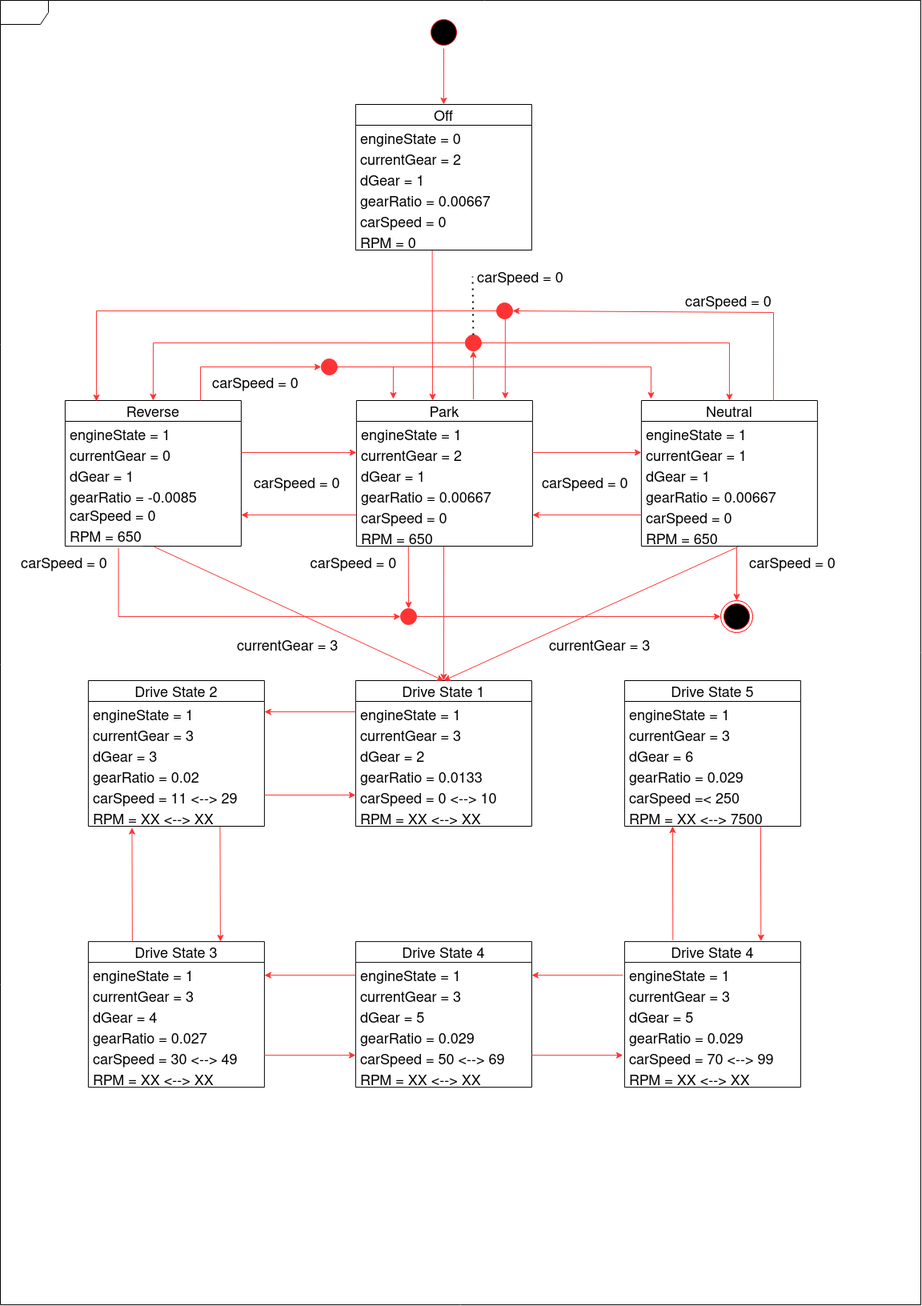
MatthewYung0/volvo-boot-camp-2022-smokey-lab keeps this draw.io diagram as docs/State Diagram (Rev 2).png. Above is the earlier version. Source tidied: cells renumbered, new cells last; positions are measured from the earlier drawing's top-left corner, leaving out a move shared by most shapes.
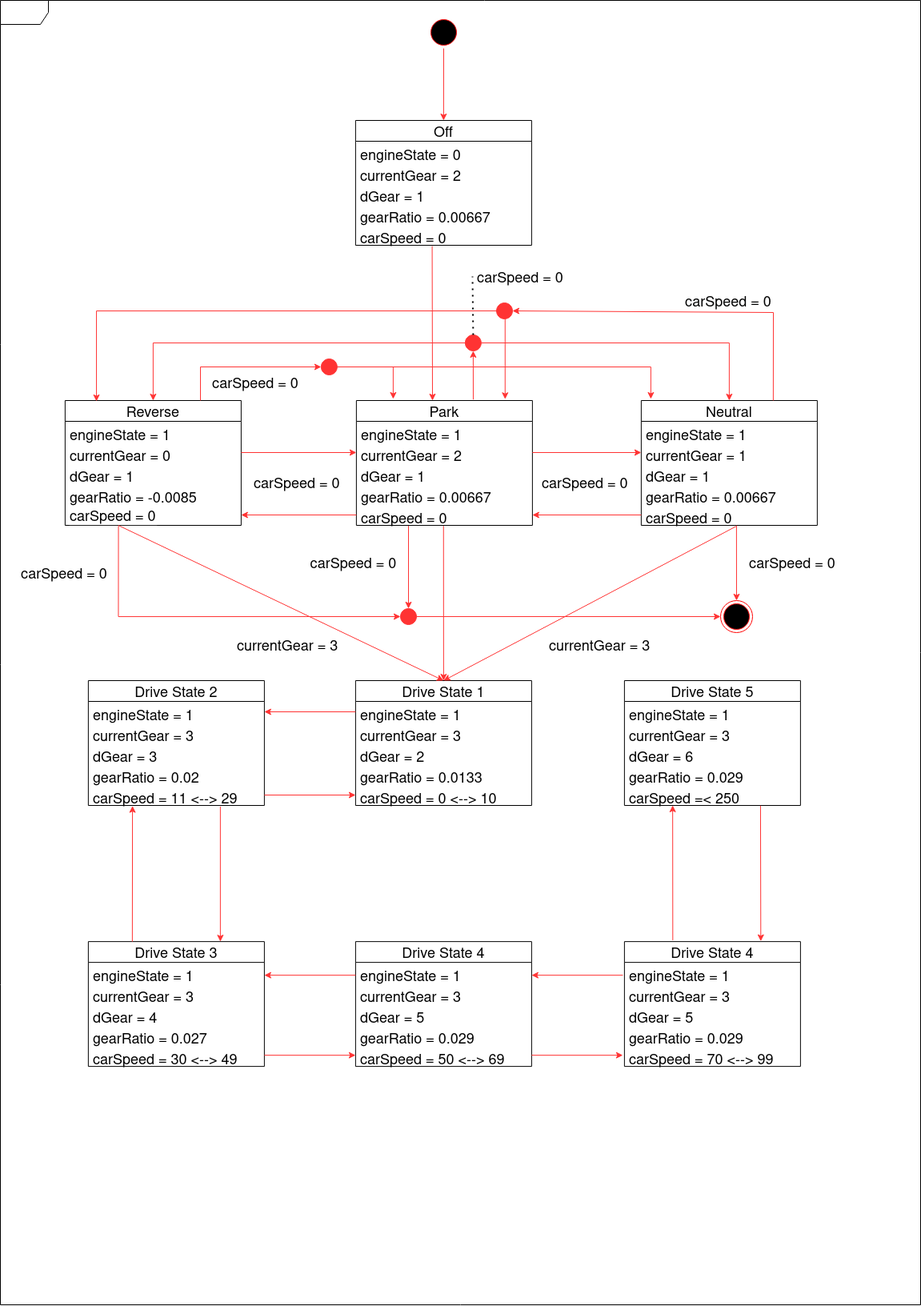
The same file after the commit.

The edit, as a diff of the source:
```diff
@@ -11,3 +11,3 @@
     <mxCell id="4" value="Park" style="swimlane;fontStyle=0;horizontal=1;startSize=26;fillColor=none;fontSize=18;" parent="1" vertex="1">
-      <mxGeometry x="444.9" y="500" width="220" height="182" as="geometry" />
+      <mxGeometry x="444.9" y="500" width="220" height="156" as="geometry" />
     </mxCell>
@@ -28,7 +28,4 @@
     </mxCell>
-    <mxCell id="10" value="RPM = 650" style="text;strokeColor=none;fillColor=none;align=left;verticalAlign=top;spacingLeft=4;spacingRight=4;overflow=hidden;points=[[0,0.5],[1,0.5]];portConstraint=eastwest;fontSize=18;" parent="4" vertex="1">
-      <mxGeometry y="156" width="220" height="26" as="geometry" />
-    </mxCell>
     <mxCell id="11" value="Drive State 1" style="swimlane;fontStyle=0;horizontal=1;startSize=26;fillColor=none;fontSize=18;" parent="1" vertex="1">
-      <mxGeometry x="443.9" y="850" width="220" height="182" as="geometry" />
+      <mxGeometry x="443.9" y="850" width="220" height="156" as="geometry" />
     </mxCell>
@@ -49,7 +46,4 @@
     </mxCell>
-    <mxCell id="17" value="RPM = XX &lt;--&gt; XX" style="text;strokeColor=none;fillColor=none;align=left;verticalAlign=top;spacingLeft=4;spacingRight=4;overflow=hidden;fontSize=18;" parent="11" vertex="1">
-      <mxGeometry y="156" width="220" height="26" as="geometry" />
-    </mxCell>
     <mxCell id="18" value="Reverse" style="swimlane;fontStyle=0;horizontal=1;startSize=26;fillColor=none;fontSize=18;" parent="1" vertex="1">
-      <mxGeometry x="80.9" y="500" width="220" height="182" as="geometry" />
+      <mxGeometry x="80.9" y="500" width="220" height="156" as="geometry" />
     </mxCell>
@@ -70,7 +64,4 @@
     </mxCell>
-    <mxCell id="24" value="RPM = 650" style="text;strokeColor=none;fillColor=none;align=left;verticalAlign=middle;spacingLeft=4;spacingRight=4;overflow=hidden;points=[[0,0.5],[1,0.5]];portConstraint=eastwest;fontSize=18;labelBackgroundColor=#FFFFFF;" parent="18" vertex="1">
-      <mxGeometry y="156" width="220" height="26" as="geometry" />
-    </mxCell>
     <mxCell id="25" value="Neutral" style="swimlane;fontStyle=0;horizontal=1;startSize=26;fillColor=none;fontSize=18;" parent="1" vertex="1">
-      <mxGeometry x="800.9" y="500" width="220" height="182" as="geometry" />
+      <mxGeometry x="800.9" y="500" width="220" height="156" as="geometry" />
     </mxCell>
@@ -91,5 +82,2 @@
     </mxCell>
-    <mxCell id="31" value="RPM = 650" style="text;strokeColor=none;fillColor=none;align=left;verticalAlign=top;spacingLeft=4;spacingRight=4;overflow=hidden;points=[[0,0.5],[1,0.5]];portConstraint=eastwest;fontSize=18;" parent="25" vertex="1">
-      <mxGeometry y="156" width="220" height="26" as="geometry" />
-    </mxCell>
     <mxCell id="32" style="ellipse;html=1;shape=endState;fillColor=#000000;strokeColor=#ff0000;labelBackgroundColor=#FF3333;fontSize=18;fontColor=#FF0000;" parent="1" vertex="1">
@@ -98,3 +86,3 @@
     <mxCell id="33" value="Drive State 2" style="swimlane;fontStyle=0;horizontal=1;startSize=26;fillColor=none;fontSize=18;" parent="1" vertex="1">
-      <mxGeometry x="109.9" y="850" width="220" height="182" as="geometry" />
+      <mxGeometry x="109.9" y="850" width="220" height="156" as="geometry" />
     </mxCell>
@@ -115,7 +103,4 @@
     </mxCell>
-    <mxCell id="39" value="RPM = XX &lt;--&gt; XX" style="text;strokeColor=none;fillColor=none;align=left;verticalAlign=top;spacingLeft=4;spacingRight=4;overflow=hidden;points=[[0,0.5],[1,0.5]];portConstraint=eastwest;fontSize=18;" parent="33" vertex="1">
-      <mxGeometry y="156" width="220" height="26" as="geometry" />
-    </mxCell>
     <mxCell id="40" value="Drive State 3" style="swimlane;fontStyle=0;horizontal=1;startSize=26;fillColor=none;fontSize=18;" parent="1" vertex="1">
-      <mxGeometry x="109.9" y="1176.1" width="220" height="182" as="geometry" />
+      <mxGeometry x="109.9" y="1176.1" width="220" height="156" as="geometry" />
     </mxCell>
@@ -136,7 +121,4 @@
     </mxCell>
-    <mxCell id="46" value="RPM = XX &lt;--&gt; XX" style="text;strokeColor=none;fillColor=none;align=left;verticalAlign=top;spacingLeft=4;spacingRight=4;overflow=hidden;fontSize=18;" parent="40" vertex="1">
-      <mxGeometry y="156" width="220" height="26" as="geometry" />
-    </mxCell>
     <mxCell id="47" value="Drive State 4" style="swimlane;fontStyle=0;horizontal=1;startSize=26;fillColor=none;fontSize=18;" parent="1" vertex="1">
-      <mxGeometry x="443.9" y="1176.1" width="220" height="182" as="geometry" />
+      <mxGeometry x="443.9" y="1176.1" width="220" height="156" as="geometry" />
     </mxCell>
@@ -157,5 +139,2 @@
     </mxCell>
-    <mxCell id="53" value="RPM = XX &lt;--&gt; XX" style="text;strokeColor=none;fillColor=none;align=left;verticalAlign=top;spacingLeft=4;spacingRight=4;overflow=hidden;fontSize=18;" parent="47" vertex="1">
-      <mxGeometry y="156" width="220" height="26" as="geometry" />
-    </mxCell>
     <mxCell id="54" value="carSpeed = 0" style="text;strokeColor=none;fillColor=none;align=left;verticalAlign=middle;spacingLeft=4;spacingRight=4;overflow=hidden;fontSize=18;" parent="1" vertex="1">
@@ -164,3 +143,3 @@
     <mxCell id="55" value="Drive State 4" style="swimlane;fontStyle=0;horizontal=1;startSize=26;fillColor=none;fontSize=18;" parent="1" vertex="1">
-      <mxGeometry x="779.9" y="1176.1" width="220" height="182" as="geometry" />
+      <mxGeometry x="779.9" y="1176.1" width="220" height="156" as="geometry" />
     </mxCell>
@@ -181,7 +160,4 @@
     </mxCell>
-    <mxCell id="61" value="RPM = XX &lt;--&gt; XX" style="text;strokeColor=none;fillColor=none;align=left;verticalAlign=top;spacingLeft=4;spacingRight=4;overflow=hidden;fontSize=18;" parent="55" vertex="1">
-      <mxGeometry y="156" width="220" height="26" as="geometry" />
-    </mxCell>
     <mxCell id="62" value="Drive State 5" style="swimlane;fontStyle=0;horizontal=1;startSize=26;fillColor=none;fontSize=18;" parent="1" vertex="1">
-      <mxGeometry x="779.9" y="850" width="220" height="182" as="geometry" />
+      <mxGeometry x="779.9" y="850" width="220" height="156" as="geometry" />
     </mxCell>
@@ -202,5 +178,2 @@
     </mxCell>
-    <mxCell id="68" value="RPM = XX &lt;--&gt; 7500" style="text;strokeColor=none;fillColor=none;align=left;verticalAlign=top;spacingLeft=4;spacingRight=4;overflow=hidden;fontSize=18;" parent="62" vertex="1">
-      <mxGeometry y="156" width="220" height="26" as="geometry" />
-    </mxCell>
     <mxCell id="69" style="endArrow=classic;html=1;rounded=0;strokeColor=#FF3333;exitX=1;exitY=0.5;exitDx=0;exitDy=0;entryX=0.5;entryY=0;entryDx=0;entryDy=0;" parent="1" edge="1" source="3" target="103">
@@ -280,9 +253,9 @@
     </mxCell>
-    <mxCell id="86" style="endArrow=classic;html=1;rounded=0;strokeColor=#FF3333;exitX=0.504;exitY=1.022;exitDx=0;exitDy=0;exitPerimeter=0;entryX=0.5;entryY=0;entryDx=0;entryDy=0;" parent="1" edge="1" source="24" target="11">
+    <mxCell id="86" style="endArrow=classic;html=1;rounded=0;strokeColor=#FF3333;exitX=0.303;exitY=1.003;exitDx=0;exitDy=0;exitPerimeter=0;entryX=0.5;entryY=0;entryDx=0;entryDy=0;" parent="1" edge="1" source="23" target="11">
       <mxGeometry relative="1" as="geometry" />
     </mxCell>
-    <mxCell id="87" style="endArrow=classic;html=1;rounded=0;strokeColor=#FF3333;exitX=0.496;exitY=1.016;exitDx=0;exitDy=0;exitPerimeter=0;entryX=0.5;entryY=0;entryDx=0;entryDy=0;" parent="1" edge="1" source="10" target="11">
+    <mxCell id="87" style="endArrow=classic;html=1;rounded=0;strokeColor=#FF3333;exitX=0.495;exitY=1.026;exitDx=0;exitDy=0;exitPerimeter=0;entryX=0.5;entryY=0;entryDx=0;entryDy=0;" parent="1" edge="1" source="9" target="11">
       <mxGeometry relative="1" as="geometry" />
     </mxCell>
-    <mxCell id="88" style="endArrow=classic;html=1;rounded=0;strokeColor=#FF3333;exitX=0.548;exitY=1.038;exitDx=0;exitDy=0;exitPerimeter=0;entryX=0.5;entryY=0;entryDx=0;entryDy=0;" parent="1" edge="1" source="31" target="11">
+    <mxCell id="88" style="endArrow=classic;html=1;rounded=0;strokeColor=#FF3333;exitX=0.538;exitY=1.051;exitDx=0;exitDy=0;exitPerimeter=0;entryX=0.5;entryY=0;entryDx=0;entryDy=0;" parent="1" edge="1" source="30" target="11">
       <mxGeometry relative="1" as="geometry" />
@@ -295,6 +268,6 @@
     </mxCell>
-    <mxCell id="91" style="endArrow=classic;html=1;rounded=0;strokeColor=#FF3333;exitX=0.748;exitY=1.018;exitDx=0;exitDy=0;entryX=0.75;entryY=0;entryDx=0;entryDy=0;exitPerimeter=0;" parent="1" edge="1" source="39" target="40">
+    <mxCell id="91" style="endArrow=classic;html=1;rounded=0;strokeColor=#FF3333;exitX=0.75;exitY=1.054;exitDx=0;exitDy=0;entryX=0.75;entryY=0;entryDx=0;entryDy=0;exitPerimeter=0;" parent="1" edge="1" source="38" target="40">
       <mxGeometry relative="1" as="geometry" />
     </mxCell>
-    <mxCell id="92" style="endArrow=classic;html=1;rounded=0;strokeColor=#FF3333;exitX=0.25;exitY=0;exitDx=0;exitDy=0;entryX=0.248;entryY=1.067;entryDx=0;entryDy=0;entryPerimeter=0;" parent="1" edge="1" source="40" target="39">
+    <mxCell id="92" style="endArrow=classic;html=1;rounded=0;strokeColor=#FF3333;exitX=0.25;exitY=0;exitDx=0;exitDy=0;entryX=0.251;entryY=1.023;entryDx=0;entryDy=0;entryPerimeter=0;" parent="1" edge="1" source="40" target="38">
       <mxGeometry relative="1" as="geometry" />
@@ -325,5 +298,4 @@
     </mxCell>
-    <mxCell id="97" style="endArrow=classic;html=1;rounded=0;strokeColor=#FF3333;exitX=0.748;exitY=1.018;exitDx=0;exitDy=0;entryX=0.75;entryY=0;entryDx=0;entryDy=0;exitPerimeter=0;" parent="1" edge="1">
+    <mxCell id="97" style="endArrow=classic;html=1;rounded=0;strokeColor=#FF3333;exitX=0.773;exitY=1.012;exitDx=0;exitDy=0;entryX=0.75;entryY=0;entryDx=0;entryDy=0;exitPerimeter=0;" parent="1" edge="1" source="67">
       <mxGeometry relative="1" as="geometry">
-        <mxPoint x="949.9" y="1032" as="sourcePoint" />
         <mxPoint x="950.3" y="1175.7" as="targetPoint" />
@@ -331,6 +303,5 @@
     </mxCell>
-    <mxCell id="98" style="endArrow=classic;html=1;rounded=0;strokeColor=#FF3333;exitX=0.25;exitY=0;exitDx=0;exitDy=0;entryX=0.248;entryY=1.067;entryDx=0;entryDy=0;entryPerimeter=0;" parent="1" edge="1">
+    <mxCell id="98" style="endArrow=classic;html=1;rounded=0;strokeColor=#FF3333;exitX=0.25;exitY=0;exitDx=0;exitDy=0;entryX=0.274;entryY=0.997;entryDx=0;entryDy=0;entryPerimeter=0;" parent="1" edge="1" target="67">
       <mxGeometry relative="1" as="geometry">
         <mxPoint x="840.3" y="1174.4" as="sourcePoint" />
-        <mxPoint x="839.9" y="1032" as="targetPoint" />
       </mxGeometry>
@@ -350,3 +321,3 @@
     <mxCell id="103" value="Off" style="swimlane;fontStyle=0;horizontal=1;startSize=26;fillColor=none;fontSize=18;" parent="1" vertex="1">
-      <mxGeometry x="443.9" y="130" width="220" height="182" as="geometry" />
+      <mxGeometry x="443.9" y="150" width="220" height="156" as="geometry" />
     </mxCell>
@@ -367,6 +338,3 @@
     </mxCell>
-    <mxCell id="109" value="RPM = 0" style="text;strokeColor=none;fillColor=none;align=left;verticalAlign=top;spacingLeft=4;spacingRight=4;overflow=hidden;points=[[0,0.5],[1,0.5]];portConstraint=eastwest;fontSize=18;" parent="103" vertex="1">
-      <mxGeometry y="156" width="220" height="26" as="geometry" />
-    </mxCell>
-    <mxCell id="110" style="endArrow=classic;html=1;rounded=0;strokeColor=#FF3333;exitX=0.435;exitY=1.013;exitDx=0;exitDy=0;exitPerimeter=0;" parent="1" edge="1" source="109">
+    <mxCell id="110" style="endArrow=classic;html=1;rounded=0;strokeColor=#FF3333;exitX=0.435;exitY=1.038;exitDx=0;exitDy=0;exitPerimeter=0;" parent="1" edge="1" source="108">
       <mxGeometry relative="1" as="geometry">
@@ -382,8 +350,8 @@
     <mxCell id="113" value="carSpeed = 0" style="text;strokeColor=none;fillColor=none;align=left;verticalAlign=middle;spacingLeft=4;spacingRight=4;overflow=hidden;fontSize=18;" parent="1" vertex="1">
-      <mxGeometry x="20" y="687" width="122.5" height="30" as="geometry" />
+      <mxGeometry x="20" y="700" width="122.5" height="30" as="geometry" />
     </mxCell>
-    <mxCell id="114" style="edgeStyle=segmentEdgeStyle;endArrow=classic;html=1;rounded=0;strokeColor=#FF3333;exitX=0.303;exitY=1.083;exitDx=0;exitDy=0;exitPerimeter=0;entryX=0;entryY=0.5;entryDx=0;entryDy=0;entryPerimeter=0;" parent="1" edge="1" source="24" target="116">
+    <mxCell id="114" style="edgeStyle=segmentEdgeStyle;endArrow=classic;html=1;rounded=0;strokeColor=#FF3333;exitX=0.303;exitY=1.026;exitDx=0;exitDy=0;exitPerimeter=0;entryX=0;entryY=0.5;entryDx=0;entryDy=0;entryPerimeter=0;" parent="1" edge="1" source="23" target="116">
       <mxGeometry relative="1" as="geometry">
         <Array as="points">
-          <mxPoint x="148" y="770" />
+          <mxPoint x="147" y="770" />
         </Array>
@@ -391,3 +359,3 @@
     </mxCell>
-    <mxCell id="115" style="endArrow=classic;html=1;rounded=0;strokeColor=#FF3333;entryX=0.5;entryY=0;entryDx=0;entryDy=0;exitX=0.541;exitY=1.04;exitDx=0;exitDy=0;exitPerimeter=0;" parent="1" edge="1" source="31" target="32">
+    <mxCell id="115" style="endArrow=classic;html=1;rounded=0;strokeColor=#FF3333;entryX=0.5;entryY=0;entryDx=0;entryDy=0;exitX=0.541;exitY=1.005;exitDx=0;exitDy=0;exitPerimeter=0;" parent="1" edge="1" source="30" target="32">
       <mxGeometry relative="1" as="geometry" />
@@ -397,3 +365,3 @@
     </mxCell>
-    <mxCell id="117" style="endArrow=classic;html=1;rounded=0;strokeColor=#FF3333;exitX=0.295;exitY=1.004;exitDx=0;exitDy=0;exitPerimeter=0;entryX=0.5;entryY=0;entryDx=0;entryDy=0;" parent="1" edge="1" source="10" target="116">
+    <mxCell id="117" style="endArrow=classic;html=1;rounded=0;strokeColor=#FF3333;exitX=0.296;exitY=1.021;exitDx=0;exitDy=0;exitPerimeter=0;entryX=0.5;entryY=0;entryDx=0;entryDy=0;" parent="1" edge="1" source="9" target="116">
       <mxGeometry relative="1" as="geometry" />
```
